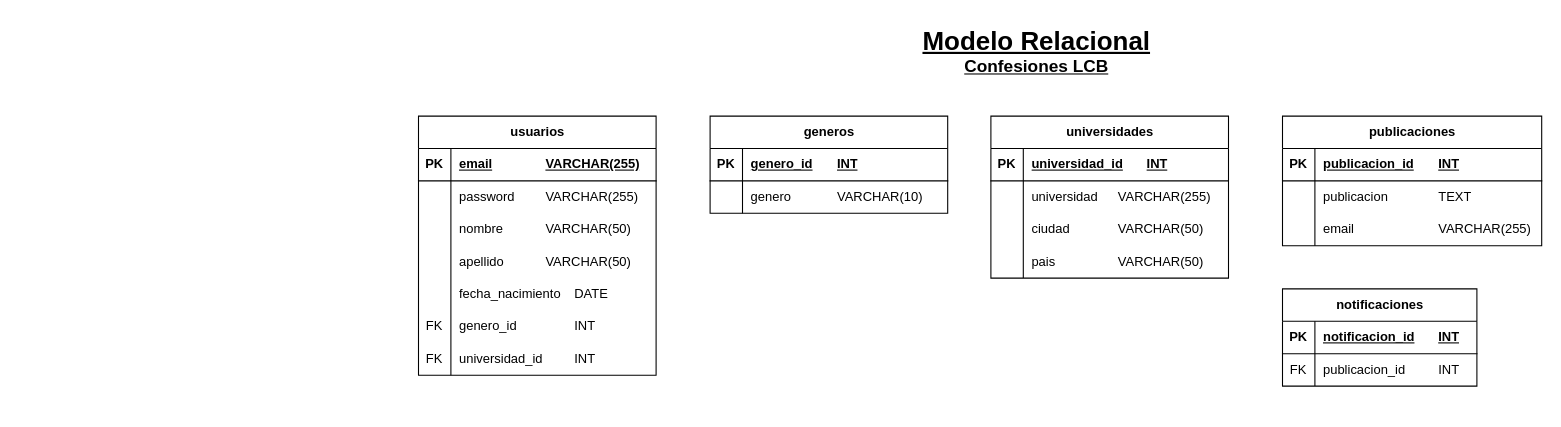
Earlier version of the draw.io diagram Mod_ERL_REL_confesionesLCB.drawio (sergioromero2k/2K_CodeConfessionsLCB). Source tidied: cells renumbered, new cells numbered last; positions are measured from the earlier drawing's top-left corner, leaving out a move shared by most shapes. Both pictures are drawn from the tidied source at 108%, with x=0, y=0 at pixel (418, 18).
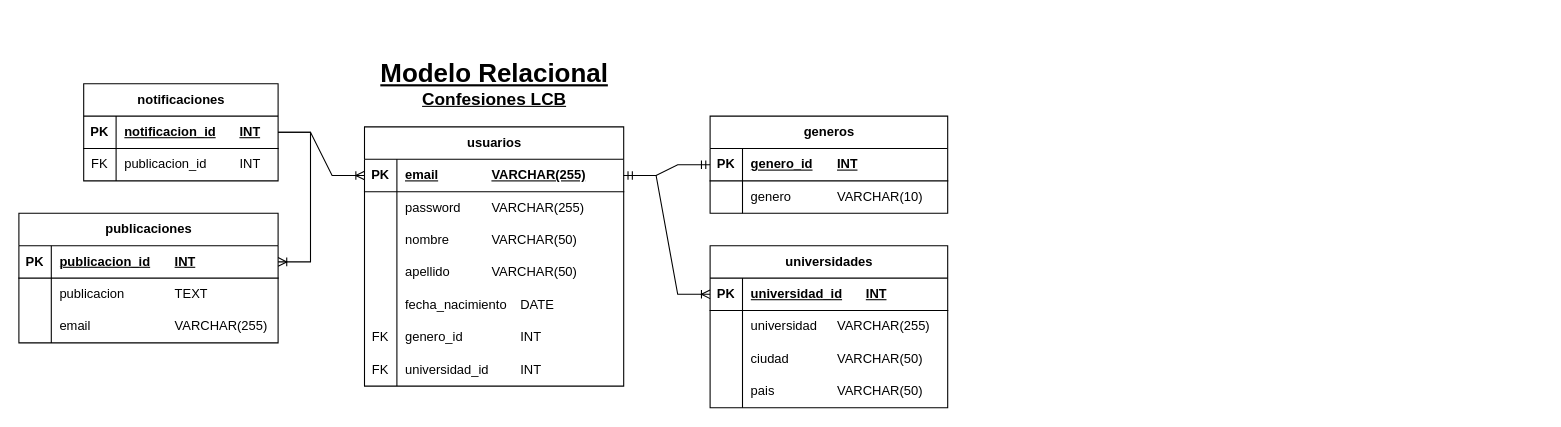
The same page after the edit.

Unchanged cells that the change refers to:
```xml
<mxCell id="25" style="shape=tableRow;horizontal=0;startSize=0;swimlaneHead=0;swimlaneBody=0;fillColor=none;points=[[0,0.5],[1,0.5]];portConstraint=eastwest;top=0;left=0;right=0;bottom=1;" parent="24" vertex="1">
  <mxGeometry y="30" width="220" height="30" as="geometry" />
</mxCell>
<mxCell id="32" style="shape=tableRow;horizontal=0;startSize=0;swimlaneHead=0;swimlaneBody=0;fillColor=none;points=[[0,0.5],[1,0.5]];portConstraint=eastwest;top=0;left=0;right=0;bottom=1;" parent="31" vertex="1">
  <mxGeometry y="30" width="220" height="30" as="geometry" />
</mxCell>
<mxCell id="45" style="shape=tableRow;horizontal=0;startSize=0;swimlaneHead=0;swimlaneBody=0;fillColor=none;points=[[0,0.5],[1,0.5]];portConstraint=eastwest;top=0;left=0;right=0;bottom=1;" parent="44" vertex="1">
  <mxGeometry y="30" width="240" height="30" as="geometry" />
</mxCell>
<mxCell id="55" style="shape=tableRow;horizontal=0;startSize=0;swimlaneHead=0;swimlaneBody=0;fillColor=none;points=[[0,0.5],[1,0.5]];portConstraint=eastwest;top=0;left=0;right=0;bottom=1;" parent="54" vertex="1">
  <mxGeometry y="30" width="180" height="30" as="geometry" />
</mxCell>
```

What changed in the source:
```diff
@@
     <mxCell id="2" value="usuarios" style="shape=table;startSize=30;childLayout=tableLayout;rowLines=0;fontStyle=1;align=center;html=1;" parent="1" vertex="1">
-      <mxGeometry y="90" width="220" height="240" as="geometry" />
+      <mxGeometry x="-50" y="100" width="240" height="240" as="geometry" />
     </mxCell>
     <mxCell id="3" style="shape=tableRow;horizontal=0;startSize=0;swimlaneHead=0;swimlaneBody=0;fillColor=none;points=[[0,0.5],[1,0.5]];portConstraint=eastwest;top=0;left=0;right=0;bottom=1;" parent="2" vertex="1">
-      <mxGeometry y="30" width="220" height="30" as="geometry" />
+      <mxGeometry y="30" width="240" height="30" as="geometry" />
     </mxCell>
@@
     <mxCell id="5" value="email&lt;span style=&quot;white-space: pre;&quot;&gt;&#9;&lt;span style=&quot;white-space: pre;&quot;&gt;&#9;&lt;/span&gt;&lt;/span&gt;VARCHAR(255)" style="shape=partialRectangle;fillColor=none;top=0;left=0;bottom=0;right=0;align=left;spacingLeft=6;fontStyle=5;overflow=hidden;whiteSpace=wrap;html=1;" parent="3" vertex="1">
-      <mxGeometry x="30" width="190" height="30" as="geometry" />
+      <mxGeometry x="30" width="210" height="30" as="geometry" />
     </mxCell>
     <mxCell id="6" style="shape=tableRow;horizontal=0;startSize=0;swimlaneHead=0;swimlaneBody=0;fillColor=none;top=0;left=0;right=0;bottom=0;" parent="2" vertex="1">
-      <mxGeometry y="60" width="220" height="30" as="geometry" />
+      <mxGeometry y="60" width="240" height="30" as="geometry" />
     </mxCell>
@@
     <mxCell id="8" value="password&lt;span style=&quot;white-space: pre;&quot;&gt;&#9;&lt;/span&gt;&lt;span style=&quot;white-space: pre;&quot;&gt;&#9;&lt;/span&gt;VARCHAR(255)" style="shape=partialRectangle;fillColor=none;top=0;left=0;bottom=0;right=0;align=left;spacingLeft=6;overflow=hidden;whiteSpace=wrap;html=1;" parent="6" vertex="1">
-      <mxGeometry x="30" width="190" height="30" as="geometry" />
+      <mxGeometry x="30" width="210" height="30" as="geometry" />
     </mxCell>
     <mxCell id="9" style="shape=tableRow;horizontal=0;startSize=0;swimlaneHead=0;swimlaneBody=0;fillColor=none;top=0;left=0;right=0;bottom=0;" parent="2" vertex="1">
-      <mxGeometry y="90" width="220" height="30" as="geometry" />
+      <mxGeometry y="90" width="240" height="30" as="geometry" />
     </mxCell>
@@
     <mxCell id="11" value="nombre&lt;span style=&quot;white-space: pre;&quot;&gt;&#9;&lt;/span&gt;&lt;span style=&quot;white-space: pre;&quot;&gt;&#9;&lt;/span&gt;VARCHAR(50)" style="shape=partialRectangle;fillColor=none;top=0;left=0;bottom=0;right=0;align=left;spacingLeft=6;overflow=hidden;whiteSpace=wrap;html=1;" parent="9" vertex="1">
-      <mxGeometry x="30" width="190" height="30" as="geometry" />
+      <mxGeometry x="30" width="210" height="30" as="geometry" />
     </mxCell>
     <mxCell id="12" style="shape=tableRow;horizontal=0;startSize=0;swimlaneHead=0;swimlaneBody=0;fillColor=none;top=0;left=0;right=0;bottom=0;" parent="2" vertex="1">
-      <mxGeometry y="120" width="220" height="30" as="geometry" />
+      <mxGeometry y="120" width="240" height="30" as="geometry" />
     </mxCell>
@@
     <mxCell id="14" value="apellido&lt;span style=&quot;white-space: pre;&quot;&gt;&#9;&lt;/span&gt;&lt;span style=&quot;white-space: pre;&quot;&gt;&#9;&lt;/span&gt;VARCHAR(50)" style="shape=partialRectangle;fillColor=none;top=0;left=0;bottom=0;right=0;align=left;spacingLeft=6;overflow=hidden;whiteSpace=wrap;html=1;" parent="12" vertex="1">
-      <mxGeometry x="30" width="190" height="30" as="geometry" />
+      <mxGeometry x="30" width="210" height="30" as="geometry" />
     </mxCell>
     <mxCell id="15" style="shape=tableRow;horizontal=0;startSize=0;swimlaneHead=0;swimlaneBody=0;fillColor=none;top=0;left=0;right=0;bottom=0;" parent="2" vertex="1">
-      <mxGeometry y="150" width="220" height="30" as="geometry" />
+      <mxGeometry y="150" width="240" height="30" as="geometry" />
     </mxCell>
@@
     <mxCell id="17" value="fecha_nacimiento&lt;span style=&quot;white-space: pre;&quot;&gt;&#9;&lt;/span&gt;DATE" style="shape=partialRectangle;fillColor=none;top=0;left=0;bottom=0;right=0;align=left;spacingLeft=6;overflow=hidden;whiteSpace=wrap;html=1;" parent="15" vertex="1">
-      <mxGeometry x="30" width="190" height="30" as="geometry" />
+      <mxGeometry x="30" width="210" height="30" as="geometry" />
     </mxCell>
     <mxCell id="18" style="shape=tableRow;horizontal=0;startSize=0;swimlaneHead=0;swimlaneBody=0;fillColor=none;top=0;left=0;right=0;bottom=0;" parent="2" vertex="1">
-      <mxGeometry y="180" width="220" height="30" as="geometry" />
+      <mxGeometry y="180" width="240" height="30" as="geometry" />
     </mxCell>
@@
     <mxCell id="20" value="genero_id&lt;span style=&quot;white-space: pre;&quot;&gt;&#9;&lt;/span&gt;&lt;span style=&quot;white-space: pre;&quot;&gt;&#9;&lt;/span&gt;INT" style="shape=partialRectangle;fillColor=none;top=0;left=0;bottom=0;right=0;align=left;spacingLeft=6;overflow=hidden;whiteSpace=wrap;html=1;" parent="18" vertex="1">
-      <mxGeometry x="30" width="190" height="30" as="geometry" />
+      <mxGeometry x="30" width="210" height="30" as="geometry" />
     </mxCell>
     <mxCell id="21" style="shape=tableRow;horizontal=0;startSize=0;swimlaneHead=0;swimlaneBody=0;fillColor=none;top=0;left=0;right=0;bottom=0;" parent="2" vertex="1">
-      <mxGeometry y="210" width="220" height="30" as="geometry" />
+      <mxGeometry y="210" width="240" height="30" as="geometry" />
     </mxCell>
@@
     <mxCell id="23" value="universidad_id&lt;span style=&quot;white-space: pre;&quot;&gt;&#9;&lt;/span&gt;&lt;span style=&quot;white-space: pre;&quot;&gt;&#9;&lt;/span&gt;INT" style="shape=partialRectangle;fillColor=none;top=0;left=0;bottom=0;right=0;align=left;spacingLeft=6;overflow=hidden;whiteSpace=wrap;html=1;" parent="21" vertex="1">
-      <mxGeometry x="30" width="190" height="30" as="geometry" />
+      <mxGeometry x="30" width="210" height="30" as="geometry" />
     </mxCell>
@@
     <mxCell id="31" value="universidades" style="shape=table;startSize=30;childLayout=tableLayout;rowLines=0;fontStyle=1;align=center;html=1;" parent="1" vertex="1">
-      <mxGeometry x="530" y="90" width="220" height="150" as="geometry" />
+      <mxGeometry x="270" y="210" width="220" height="150" as="geometry" />
     </mxCell>
@@
     <mxCell id="44" value="publicaciones" style="shape=table;startSize=30;childLayout=tableLayout;rowLines=0;fontStyle=1;align=center;html=1;" parent="1" vertex="1">
-      <mxGeometry x="800" y="90" width="240" height="120" as="geometry" />
+      <mxGeometry x="-370" y="180" width="240" height="120" as="geometry" />
     </mxCell>
@@
     <mxCell id="54" value="notificaciones" style="shape=table;startSize=30;childLayout=tableLayout;rowLines=0;fontStyle=1;align=center;html=1;" parent="1" vertex="1">
-      <mxGeometry x="800" y="250" width="180" height="90" as="geometry" />
+      <mxGeometry x="-310" y="60" width="180" height="90" as="geometry" />
     </mxCell>
@@
     <mxCell id="61" value="&lt;font style=&quot;font-size: 24px;&quot;&gt;&lt;b&gt;&lt;u&gt;Modelo Relacional&lt;/u&gt;&lt;/b&gt;&lt;/font&gt;&lt;div&gt;&lt;font size=&quot;3&quot;&gt;&lt;b&gt;&lt;u&gt;Confesiones LCB&lt;/u&gt;&lt;/b&gt;&lt;/font&gt;&lt;/div&gt;" style="text;html=1;align=center;verticalAlign=middle;whiteSpace=wrap;rounded=0;" parent="1" vertex="1">
-      <mxGeometry x="280" width="585" height="60" as="geometry" />
+      <mxGeometry x="-222.5" y="30" width="585" height="60" as="geometry" />
     </mxCell>
+    <mxCell id="62" style="edgeStyle=entityRelationEdgeStyle;fontSize=12;html=1;endArrow=ERmandOne;startArrow=ERmandOne;rounded=0;exitX=1;exitY=0.5;exitDx=0;exitDy=0;entryX=0;entryY=0.5;entryDx=0;entryDy=0;" parent="1" edge="1" source="3" target="25">
+      <mxGeometry relative="1" as="geometry">
+        <Array as="points">
+          <mxPoint x="260" y="260" />
+        </Array>
+      </mxGeometry>
+    </mxCell>
+    <mxCell id="63" style="edgeStyle=entityRelationEdgeStyle;fontSize=12;html=1;endArrow=ERoneToMany;rounded=0;exitX=1;exitY=0.5;exitDx=0;exitDy=0;entryX=0;entryY=0.5;entryDx=0;entryDy=0;" parent="1" edge="1" source="3" target="32">
+      <mxGeometry relative="1" as="geometry" />
+    </mxCell>
+    <mxCell id="64" style="edgeStyle=entityRelationEdgeStyle;fontSize=12;html=1;endArrow=ERoneToMany;rounded=0;entryX=0;entryY=0.5;entryDx=0;entryDy=0;exitX=1;exitY=0.5;exitDx=0;exitDy=0;" parent="1" edge="1" source="55" target="3">
+      <mxGeometry relative="1" as="geometry" />
+    </mxCell>
+    <mxCell id="65" style="edgeStyle=entityRelationEdgeStyle;fontSize=12;html=1;endArrow=ERoneToMany;rounded=0;entryX=1;entryY=0.5;entryDx=0;entryDy=0;exitX=1;exitY=0.5;exitDx=0;exitDy=0;" parent="1" edge="1" source="55" target="45">
+      <mxGeometry relative="1" as="geometry" />
+    </mxCell>
```
